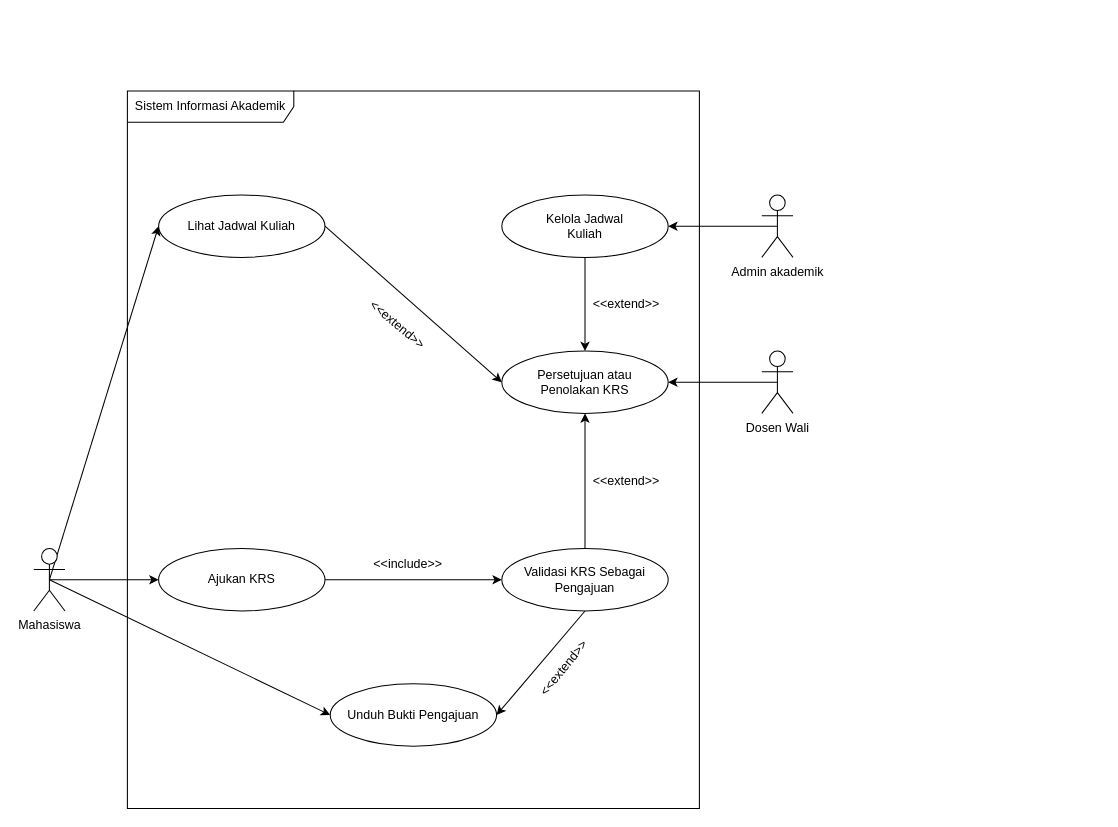
Before: 03_latihan_tools/P03/SIA/P03_2406074_SIA_usecase_v01.drawio in mhmmdtaufiq27tinct-hub/IFRWP5149_2406074_LabAlat, a draw.io diagram. Source tidied: cells renumbered, new cells numbered last; positions are measured from the earlier drawing's top-left corner, leaving out a move shared by most shapes. Both pictures are drawn from the tidied source at 104%, with x=0, y=0 at pixel (33, 90).
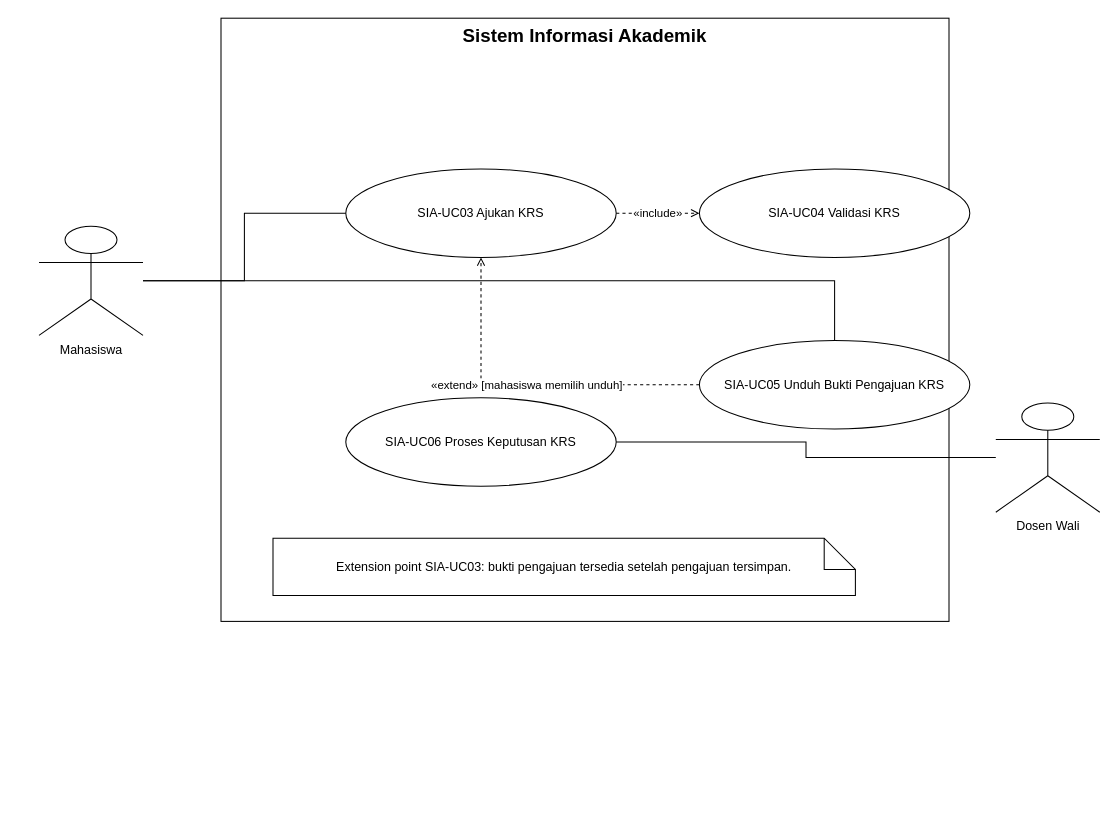
After the change.

Diff of the diagram source:
```diff
@@
-    <mxCell id="2" value="Sistem Informasi Akademik" style="shape=umlFrame;whiteSpace=wrap;html=1;width=160;" parent="1" vertex="1">
-      <mxGeometry x="90" width="550" height="690" as="geometry" />
+    <mxCell id="2" value="Sistem Informasi Akademik" style="rounded=0;whiteSpace=wrap;html=1;verticalAlign=top;align=center;fontStyle=1;fontSize=18;" parent="1" vertex="1">
+      <mxGeometry x="180" y="-70" width="700" height="580" as="geometry" />
     </mxCell>
-    <mxCell id="3" style="group;" parent="2" vertex="1">
-      <mxGeometry x="360" y="100" width="160" height="60" as="geometry" />
-    </mxCell>
-    <mxCell id="4" style="ellipse;" parent="3" vertex="1">
-      <mxGeometry width="160" height="60" as="geometry" />
-    </mxCell>
-    <mxCell id="5" value="Kelola Jadwal Kuliah" style="html=1;whiteSpace=wrap;strokeColor=none;fillColor=none;align=center;verticalAlign=middle;rounded=0;shape=ellipse;perimeter=ellipsePerimeter;" parent="3" vertex="1">
-      <mxGeometry x="25" y="15" width="110" height="30" as="geometry" />
-    </mxCell>
-    <mxCell id="6" style="group;" parent="2" vertex="1">
-      <mxGeometry x="30" y="100" width="160" height="60" as="geometry" />
-    </mxCell>
-    <mxCell id="7" style="ellipse;" parent="6" vertex="1">
-      <mxGeometry width="160" height="60" as="geometry" />
-    </mxCell>
-    <mxCell id="8" value="Lihat Jadwal Kuliah" style="text;html=1;whiteSpace=wrap;strokeColor=none;fillColor=none;align=center;verticalAlign=middle;rounded=0;" parent="6" vertex="1">
-      <mxGeometry x="15" y="15" width="130" height="30" as="geometry" />
-    </mxCell>
-    <mxCell id="9" style="group;" parent="2" vertex="1">
-      <mxGeometry x="30" y="440" width="160" height="60" as="geometry" />
-    </mxCell>
-    <mxCell id="10" style="ellipse;" parent="9" vertex="1">
-      <mxGeometry width="160" height="60" as="geometry" />
-    </mxCell>
-    <mxCell id="11" value="Ajukan KRS" style="text;html=1;whiteSpace=wrap;strokeColor=none;fillColor=none;align=center;verticalAlign=middle;rounded=0;" parent="9" vertex="1">
-      <mxGeometry x="15" y="15" width="130" height="30" as="geometry" />
-    </mxCell>
-    <mxCell id="12" style="group;" parent="2" vertex="1">
-      <mxGeometry x="360" y="440" width="160" height="60" as="geometry" />
-    </mxCell>
-    <mxCell id="13" style="ellipse;" parent="12" vertex="1">
-      <mxGeometry width="160" height="60" as="geometry" />
-    </mxCell>
-    <mxCell id="14" value="Validasi KRS Sebagai Pengajuan" style="text;html=1;whiteSpace=wrap;strokeColor=none;fillColor=none;align=center;verticalAlign=middle;rounded=0;" parent="12" vertex="1">
-      <mxGeometry x="15" y="15" width="130" height="30" as="geometry" />
-    </mxCell>
-    <mxCell id="15" style="group;" parent="2" vertex="1">
-      <mxGeometry x="195" y="570" width="160" height="60" as="geometry" />
-    </mxCell>
-    <mxCell id="16" style="ellipse;" parent="15" vertex="1">
-      <mxGeometry width="160" height="60" as="geometry" />
-    </mxCell>
-    <mxCell id="17" value="Unduh Bukti Pengajuan" style="text;html=1;whiteSpace=wrap;strokeColor=none;fillColor=none;align=center;verticalAlign=middle;rounded=0;" parent="15" vertex="1">
-      <mxGeometry x="15" y="15" width="130" height="30" as="geometry" />
-    </mxCell>
-    <mxCell id="18" style="group;" parent="2" vertex="1">
-      <mxGeometry x="360" y="250" width="160" height="60" as="geometry" />
-    </mxCell>
-    <mxCell id="19" style="ellipse;" parent="18" vertex="1">
-      <mxGeometry width="160" height="60" as="geometry" />
-    </mxCell>
-    <mxCell id="20" value="Persetujuan atau Penolakan KRS" style="text;html=1;whiteSpace=wrap;strokeColor=none;fillColor=none;align=center;verticalAlign=middle;rounded=0;" parent="18" vertex="1">
-      <mxGeometry x="15" y="15" width="130" height="30" as="geometry" />
-    </mxCell>
-    <mxCell id="21" style="edgeStyle=none;html=1;exitX=1;exitY=0.5;exitDx=0;exitDy=0;entryX=0;entryY=0.5;entryDx=0;entryDy=0;" parent="2" edge="1" source="10" target="13">
-      <mxGeometry relative="1" as="geometry" />
-    </mxCell>
-    <mxCell id="22" style="edgeStyle=none;html=1;exitX=0.5;exitY=0;exitDx=0;exitDy=0;entryX=0.5;entryY=1;entryDx=0;entryDy=0;" parent="2" edge="1" source="13" target="19">
-      <mxGeometry relative="1" as="geometry" />
-    </mxCell>
-    <mxCell id="23" style="edgeStyle=none;html=1;exitX=0.5;exitY=1;exitDx=0;exitDy=0;entryX=0.5;entryY=0;entryDx=0;entryDy=0;" parent="2" edge="1" source="4" target="19">
-      <mxGeometry relative="1" as="geometry" />
-    </mxCell>
-    <mxCell id="24" style="edgeStyle=none;html=1;exitX=1;exitY=0.5;exitDx=0;exitDy=0;entryX=0;entryY=0.5;entryDx=0;entryDy=0;" parent="2" edge="1" source="7" target="19">
-      <mxGeometry relative="1" as="geometry" />
-    </mxCell>
-    <mxCell id="25" style="edgeStyle=none;html=1;exitX=0.5;exitY=1;exitDx=0;exitDy=0;entryX=1;entryY=0.5;entryDx=0;entryDy=0;" parent="2" edge="1" source="13" target="16">
-      <mxGeometry relative="1" as="geometry" />
-    </mxCell>
-    <mxCell id="26" value="&amp;lt;&amp;lt;extend&amp;gt;&amp;gt;" style="text;html=1;whiteSpace=wrap;strokeColor=none;fillColor=none;align=center;verticalAlign=middle;rounded=0;" parent="2" vertex="1">
-      <mxGeometry x="450" y="360" width="60" height="30" as="geometry" />
-    </mxCell>
-    <mxCell id="27" value="&amp;lt;&amp;lt;extend&amp;gt;&amp;gt;" style="text;html=1;whiteSpace=wrap;strokeColor=none;fillColor=none;align=center;verticalAlign=middle;rounded=0;" parent="2" vertex="1">
-      <mxGeometry x="450" y="190" width="60" height="30" as="geometry" />
-    </mxCell>
-    <mxCell id="28" value="&amp;lt;&amp;lt;extend&amp;gt;&amp;gt;" style="text;html=1;whiteSpace=wrap;strokeColor=none;fillColor=none;align=center;verticalAlign=middle;rounded=0;rotation=40;" parent="2" vertex="1">
-      <mxGeometry x="230" y="210" width="60" height="30" as="geometry" />
-    </mxCell>
-    <mxCell id="29" value="&amp;lt;&amp;lt;extend&amp;gt;&amp;gt;" style="text;html=1;whiteSpace=wrap;strokeColor=none;fillColor=none;align=center;verticalAlign=middle;rounded=0;rotation=-51;" parent="2" vertex="1">
-      <mxGeometry x="390" y="540" width="60" height="30" as="geometry" />
-    </mxCell>
-    <mxCell id="30" style="edgeStyle=none;html=1;exitX=0.5;exitY=0.5;exitDx=0;exitDy=0;exitPerimeter=0;entryX=0;entryY=0.5;entryDx=0;entryDy=0;" parent="1" edge="1" source="33" target="7">
-      <mxGeometry relative="1" as="geometry" />
-    </mxCell>
-    <mxCell id="31" style="edgeStyle=none;html=1;exitX=0.5;exitY=0.5;exitDx=0;exitDy=0;exitPerimeter=0;entryX=0;entryY=0.5;entryDx=0;entryDy=0;" parent="1" edge="1" source="33" target="10">
-      <mxGeometry relative="1" as="geometry" />
-    </mxCell>
-    <mxCell id="32" style="edgeStyle=none;html=1;exitX=0.5;exitY=0.5;exitDx=0;exitDy=0;exitPerimeter=0;entryX=0;entryY=0.5;entryDx=0;entryDy=0;" parent="1" edge="1" source="33" target="16">
-      <mxGeometry relative="1" as="geometry" />
-    </mxCell>
-    <mxCell id="33" value="Mahasiswa" style="shape=umlActor;verticalLabelPosition=bottom;verticalAlign=top;html=1;" parent="1" vertex="1">
-      <mxGeometry y="440" width="30" height="60" as="geometry" />
+    <mxCell id="33" value="Mahasiswa" style="shape=umlActor;html=1;verticalLabelPosition=bottom;verticalAlign=top;align=center;" parent="1" vertex="1">
+      <mxGeometry x="5" y="130" width="100" height="105" as="geometry" />
     </mxCell>
-    <mxCell id="34" style="edgeStyle=none;html=1;exitX=0.5;exitY=0.5;exitDx=0;exitDy=0;exitPerimeter=0;entryX=1;entryY=0.5;entryDx=0;entryDy=0;" parent="1" edge="1" source="35" target="4">
-      <mxGeometry relative="1" as="geometry" />
-    </mxCell>
-    <mxCell id="35" value="Admin akademik" style="shape=umlActor;verticalLabelPosition=bottom;verticalAlign=top;html=1;" parent="1" vertex="1">
-      <mxGeometry x="700" y="100" width="30" height="60" as="geometry" />
-    </mxCell>
-    <mxCell id="36" style="edgeStyle=none;html=1;exitX=0.5;exitY=0.5;exitDx=0;exitDy=0;exitPerimeter=0;entryX=1;entryY=0.5;entryDx=0;entryDy=0;" parent="1" edge="1" source="37" target="19">
-      <mxGeometry relative="1" as="geometry" />
-    </mxCell>
-    <mxCell id="37" value="Dosen Wali" style="shape=umlActor;verticalLabelPosition=bottom;verticalAlign=top;html=1;" parent="1" vertex="1">
-      <mxGeometry x="700" y="250" width="30" height="60" as="geometry" />
+    <mxCell id="37" value="Dosen Wali" style="shape=umlActor;html=1;verticalLabelPosition=bottom;verticalAlign=top;align=center;" parent="1" vertex="1">
+      <mxGeometry x="925" y="300" width="100" height="105" as="geometry" />
     </mxCell>
-    <mxCell id="38" value="&amp;lt;&amp;lt;include&amp;gt;&amp;gt;" style="text;html=1;whiteSpace=wrap;strokeColor=none;fillColor=none;align=center;verticalAlign=middle;rounded=0;" parent="1" vertex="1">
-      <mxGeometry x="330" y="440" width="60" height="30" as="geometry" />
-    </mxCell>
+    <mxCell id="39" value="SIA-UC03 Ajukan KRS" style="ellipse;whiteSpace=wrap;html=1;" parent="1" vertex="1">
+      <mxGeometry x="300" y="75" width="260" height="85" as="geometry" />
+    </mxCell>
+    <mxCell id="40" value="SIA-UC04 Validasi KRS" style="ellipse;whiteSpace=wrap;html=1;" parent="1" vertex="1">
+      <mxGeometry x="640" y="75" width="260" height="85" as="geometry" />
+    </mxCell>
+    <mxCell id="41" value="SIA-UC05 Unduh Bukti Pengajuan KRS" style="ellipse;whiteSpace=wrap;html=1;" parent="1" vertex="1">
+      <mxGeometry x="640" y="240" width="260" height="85" as="geometry" />
+    </mxCell>
+    <mxCell id="42" value="SIA-UC06 Proses Keputusan KRS" style="ellipse;whiteSpace=wrap;html=1;" parent="1" vertex="1">
+      <mxGeometry x="300" y="295" width="260" height="85" as="geometry" />
+    </mxCell>
+    <mxCell id="43" value="Extension point SIA-UC03: bukti pengajuan tersedia setelah pengajuan tersimpan." style="shape=note;whiteSpace=wrap;html=1;" parent="1" vertex="1">
+      <mxGeometry x="230" y="430" width="560" height="55" as="geometry" />
+    </mxCell>
+    <mxCell id="44" style="edgeStyle=orthogonalEdgeStyle;rounded=0;jettySize=auto;html=1;endArrow=none;" parent="1" edge="1" source="33" target="39">
+      <mxGeometry relative="1" as="geometry" />
+    </mxCell>
+    <mxCell id="45" style="edgeStyle=orthogonalEdgeStyle;rounded=0;jettySize=auto;html=1;endArrow=none;" parent="1" edge="1" source="33" target="41">
+      <mxGeometry relative="1" as="geometry" />
+    </mxCell>
+    <mxCell id="46" style="edgeStyle=orthogonalEdgeStyle;rounded=0;jettySize=auto;html=1;endArrow=none;" parent="1" edge="1" source="37" target="42">
+      <mxGeometry relative="1" as="geometry" />
+    </mxCell>
+    <mxCell id="47" value="«include»" style="edgeStyle=orthogonalEdgeStyle;rounded=0;jettySize=auto;html=1;endArrow=none;dashed=1;endArrow=open;endFill=0;" parent="1" edge="1" source="39" target="40">
+      <mxGeometry relative="1" as="geometry" />
+    </mxCell>
+    <mxCell id="48" value="«extend» [mahasiswa memilih unduh]" style="edgeStyle=orthogonalEdgeStyle;rounded=0;jettySize=auto;html=1;endArrow=none;dashed=1;endArrow=open;endFill=0;" parent="1" edge="1" source="41" target="39">
+      <mxGeometry relative="1" as="geometry" />
+    </mxCell>
```
